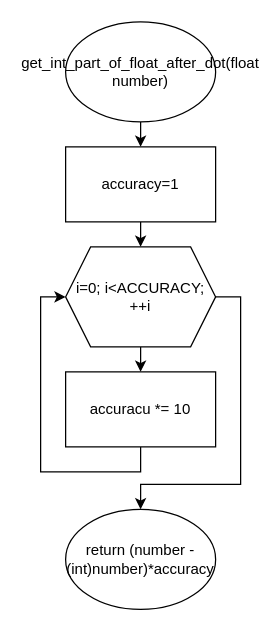
This is page "get_int_part_of_float_after_dot" (2 of 3) of Untitled Diagram.drawio from Alvald1/draw.io, a draw.io file, before an edit. Source tidied: cells renumbered, new cells numbered last; positions are measured from the earlier drawing's top-left corner, leaving out a move shared by most shapes. Both pictures are drawn from the tidied source at 125%, with x=0, y=0 at pixel (65, 21).
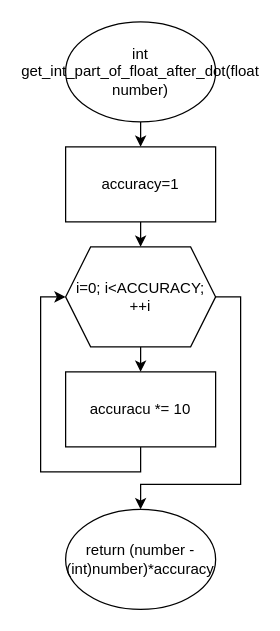
After the change.

Change to the diagram source:
```diff
@@
 <mxGraphModel>
   <root>
     <mxCell id="0" />
     <mxCell id="1" parent="0" />
     <mxCell id="2" style="edgeStyle=orthogonalEdgeStyle;rounded=0;jettySize=auto;html=1;exitX=0.5;exitY=1;exitDx=0;exitDy=0;entryX=0.5;entryY=0;entryDx=0;entryDy=0;" parent="1" edge="1" source="3" target="5">
       <mxGeometry relative="1" as="geometry" />
     </mxCell>
-    <mxCell id="3" value="get_int_part_of_float_after_dot(float number)" style="ellipse;whiteSpace=wrap;html=1;" parent="1" vertex="1">
+    <mxCell id="3" value="int get_int_part_of_float_after_dot(float number)" style="ellipse;whiteSpace=wrap;html=1;" parent="1" vertex="1">
       <mxGeometry width="120" height="80" as="geometry" />
     </mxCell>
     <mxCell id="4" style="edgeStyle=orthogonalEdgeStyle;rounded=0;jettySize=auto;html=1;exitX=0.5;exitY=1;exitDx=0;exitDy=0;entryX=0.5;entryY=0;entryDx=0;entryDy=0;" parent="1" edge="1" source="5" target="8">
       <mxGeometry relative="1" as="geometry" />
     </mxCell>
     <mxCell id="5" value="accuracy=1" style="rounded=0;whiteSpace=wrap;html=1;" parent="1" vertex="1">
       <mxGeometry y="100" width="120" height="60" as="geometry" />
     </mxCell>
     <mxCell id="6" style="edgeStyle=orthogonalEdgeStyle;rounded=0;jettySize=auto;html=1;exitX=0.5;exitY=1;exitDx=0;exitDy=0;entryX=0.5;entryY=0;entryDx=0;entryDy=0;" parent="1" edge="1" source="8" target="10">
       <mxGeometry relative="1" as="geometry" />
     </mxCell>
     <mxCell id="7" style="edgeStyle=orthogonalEdgeStyle;rounded=0;jettySize=auto;html=1;exitX=1;exitY=0.5;exitDx=0;exitDy=0;entryX=0.5;entryY=0;entryDx=0;entryDy=0;" parent="1" edge="1" source="8" target="11">
       <mxGeometry relative="1" as="geometry">
         <Array as="points">
           <mxPoint x="140" y="220" />
           <mxPoint x="140" y="370" />
           <mxPoint x="60" y="370" />
         </Array>
       </mxGeometry>
     </mxCell>
     <mxCell id="8" value="i=0; i&amp;lt;ACCURACY; ++i" style="shape=hexagon;perimeter=hexagonPerimeter2;whiteSpace=wrap;html=1;fixedSize=1;" parent="1" vertex="1">
       <mxGeometry y="180" width="120" height="80" as="geometry" />
     </mxCell>
     <mxCell id="9" style="edgeStyle=orthogonalEdgeStyle;rounded=0;jettySize=auto;html=1;exitX=0.5;exitY=1;exitDx=0;exitDy=0;entryX=0;entryY=0.5;entryDx=0;entryDy=0;" parent="1" edge="1" source="10" target="8">
       <mxGeometry relative="1" as="geometry" />
     </mxCell>
     <mxCell id="10" value="accuracu *= 10" style="rounded=0;whiteSpace=wrap;html=1;" parent="1" vertex="1">
       <mxGeometry y="280" width="120" height="60" as="geometry" />
     </mxCell>
     <mxCell id="11" value="return (number - (int)number)*accuracy" style="ellipse;whiteSpace=wrap;html=1;" parent="1" vertex="1">
       <mxGeometry y="390" width="120" height="80" as="geometry" />
     </mxCell>
   </root>
 </mxGraphModel>
```
